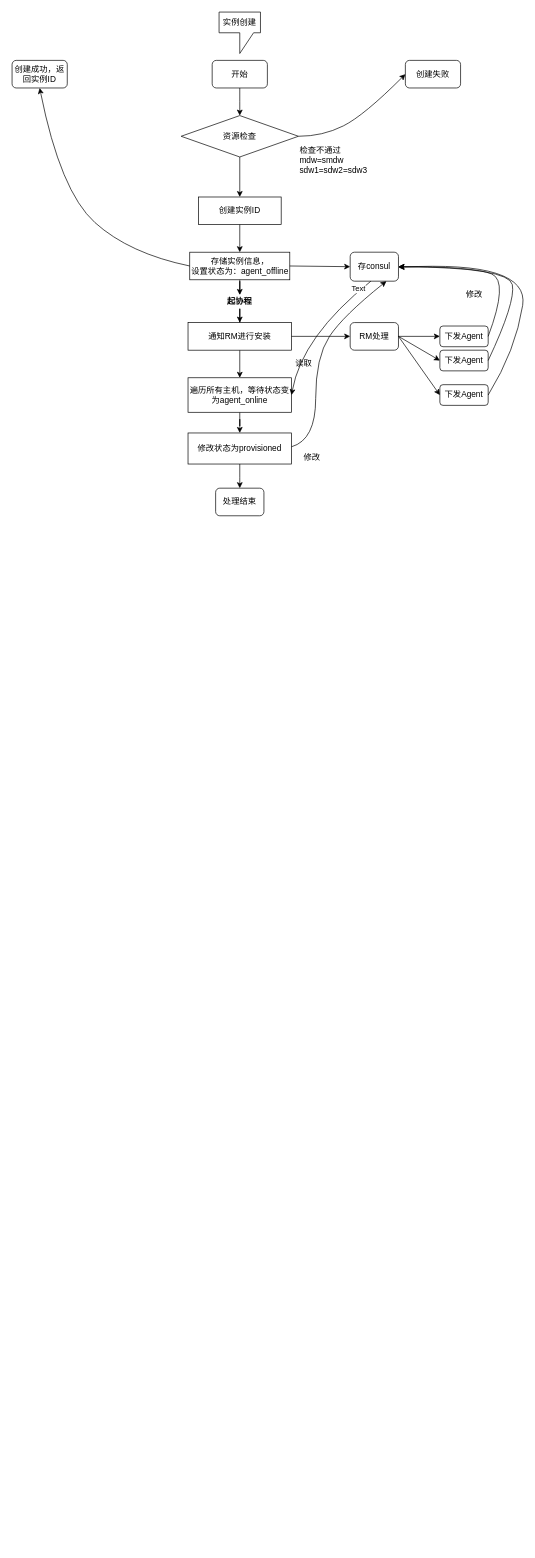
This is page "流程图" (2 of 2) of Untitled Diagram.drawio from renshangtao/draw.io, a draw.io file, before an edit. Source tidied: cells renumbered, new cells numbered last; positions are measured from the earlier drawing's top-left corner, leaving out a move shared by most shapes. Both pictures are drawn from the tidied source at 69%, with x=0, y=0 at pixel (12, 12).
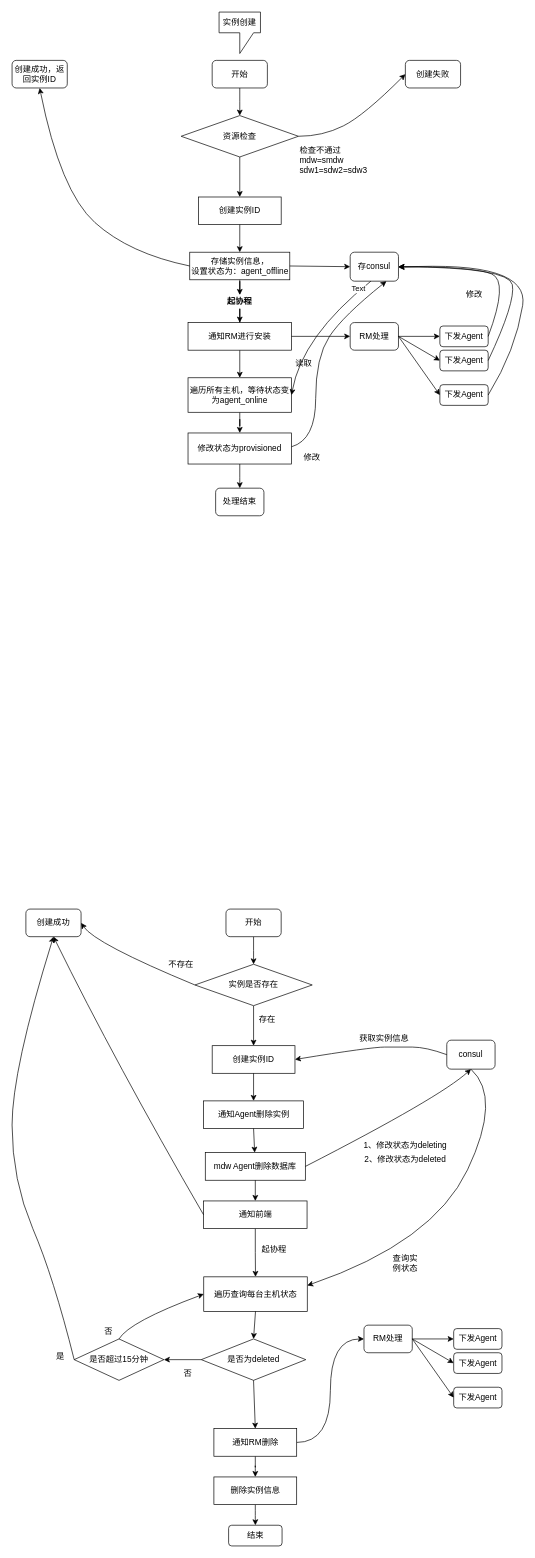
The same page after the edit.

Diff of the diagram source:
```diff
@@
+    <mxCell id="44" style="edgeStyle=orthogonalEdgeStyle;rounded=0;jettySize=auto;html=1;" parent="1" edge="1" source="45">
+      <mxGeometry relative="1" as="geometry">
+        <mxPoint x="350" y="1380" as="targetPoint" />
+      </mxGeometry>
+    </mxCell>
+    <mxCell id="45" value="开始" style="rounded=1;whiteSpace=wrap;html=1;" parent="1" vertex="1">
+      <mxGeometry x="310" y="1300" width="80" height="40" as="geometry" />
+    </mxCell>
+    <mxCell id="46" value="创建成功" style="rounded=1;whiteSpace=wrap;html=1;" parent="1" vertex="1">
+      <mxGeometry x="20" y="1300" width="80" height="40" as="geometry" />
+    </mxCell>
+    <mxCell id="47" value="通知Agent删除实例" style="rounded=0;whiteSpace=wrap;html=1;" parent="1" vertex="1">
+      <mxGeometry x="277.5" y="1578" width="145" height="40" as="geometry" />
+    </mxCell>
+    <mxCell id="48" style="edgeStyle=orthogonalEdgeStyle;rounded=0;jettySize=auto;html=1;" parent="1" edge="1" source="49" target="53">
+      <mxGeometry relative="1" as="geometry" />
+    </mxCell>
+    <mxCell id="49" value="实例是否存在" style="rhombus;whiteSpace=wrap;html=1;" parent="1" vertex="1">
+      <mxGeometry x="265" y="1380" width="170" height="60" as="geometry" />
+    </mxCell>
+    <mxCell id="50" style="edgeStyle=orthogonalEdgeStyle;rounded=0;jettySize=auto;html=1;" parent="1" edge="1" source="51" target="52">
+      <mxGeometry relative="1" as="geometry" />
+    </mxCell>
+    <mxCell id="51" value="通知前端" style="whiteSpace=wrap;html=1;rounded=0;" parent="1" vertex="1">
+      <mxGeometry x="277.5" y="1723" width="150" height="40" as="geometry" />
+    </mxCell>
+    <mxCell id="52" value="遍历查询每台主机状态" style="whiteSpace=wrap;html=1;rounded=0;" parent="1" vertex="1">
+      <mxGeometry x="277.8" y="1833" width="150" height="50" as="geometry" />
+    </mxCell>
+    <mxCell id="53" value="创建实例ID" style="whiteSpace=wrap;html=1;" parent="1" vertex="1">
+      <mxGeometry x="290" y="1498" width="120" height="40" as="geometry" />
+    </mxCell>
+    <mxCell id="54" style="endArrow=classic;html=1;exitX=0.5;exitY=1;exitDx=0;exitDy=0;entryX=0.5;entryY=0;entryDx=0;entryDy=0;" parent="1" edge="1" source="53" target="47">
+      <mxGeometry relative="1" as="geometry" />
+    </mxCell>
+    <mxCell id="55" value="RM处理" style="rounded=1;whiteSpace=wrap;html=1;align=center;" parent="1" vertex="1">
+      <mxGeometry x="510" y="1903" width="70" height="40" as="geometry" />
+    </mxCell>
+    <mxCell id="56" value="consul" style="rounded=1;whiteSpace=wrap;html=1;align=center;" parent="1" vertex="1">
+      <mxGeometry x="630" y="1490" width="70" height="42" as="geometry" />
+    </mxCell>
+    <mxCell id="57" value="下发Agent" style="rounded=1;whiteSpace=wrap;html=1;align=center;" parent="1" vertex="1">
+      <mxGeometry x="640" y="1908" width="70" height="30" as="geometry" />
+    </mxCell>
+    <mxCell id="58" style="endArrow=classic;html=1;entryX=0;entryY=0.5;entryDx=0;entryDy=0;exitX=1;exitY=0.5;exitDx=0;exitDy=0;" parent="1" edge="1" source="55" target="57">
+      <mxGeometry relative="1" as="geometry" />
+    </mxCell>
+    <mxCell id="59" value="下发Agent" style="rounded=1;whiteSpace=wrap;html=1;align=center;" parent="1" vertex="1">
+      <mxGeometry x="640" y="1943" width="70" height="30" as="geometry" />
+    </mxCell>
+    <mxCell id="60" value="下发Agent" style="rounded=1;whiteSpace=wrap;html=1;align=center;" parent="1" vertex="1">
+      <mxGeometry x="640" y="1993" width="70" height="30" as="geometry" />
+    </mxCell>
+    <mxCell id="61" style="endArrow=classic;html=1;entryX=0;entryY=0.5;entryDx=0;entryDy=0;exitX=1;exitY=0.5;exitDx=0;exitDy=0;" parent="1" edge="1" source="55" target="59">
+      <mxGeometry relative="1" as="geometry" />
+    </mxCell>
+    <mxCell id="62" style="endArrow=classic;html=1;entryX=0;entryY=0.5;entryDx=0;entryDy=0;exitX=1;exitY=0.5;exitDx=0;exitDy=0;" parent="1" edge="1" source="55" target="60">
+      <mxGeometry relative="1" as="geometry" />
+    </mxCell>
+    <mxCell id="63" style="curved=1;endArrow=classic;html=1;exitX=0;exitY=0.5;exitDx=0;exitDy=0;entryX=1;entryY=0.5;entryDx=0;entryDy=0;" parent="1" edge="1" source="49" target="46">
+      <mxGeometry relative="1" as="geometry">
+        <Array as="points">
+          <mxPoint x="120" y="1350" />
+        </Array>
+      </mxGeometry>
+    </mxCell>
+    <mxCell id="64" value="不存在" style="text;html=1;strokeColor=none;fillColor=none;align=center;verticalAlign=middle;whiteSpace=wrap;rounded=0;" parent="1" vertex="1">
+      <mxGeometry x="225" y="1370" width="40" height="20" as="geometry" />
+    </mxCell>
+    <mxCell id="65" value="存在" style="text;html=1;strokeColor=none;fillColor=none;align=center;verticalAlign=middle;whiteSpace=wrap;rounded=0;" parent="1" vertex="1">
+      <mxGeometry x="350" y="1450" width="40" height="20" as="geometry" />
+    </mxCell>
+    <mxCell id="66" style="curved=1;endArrow=classic;html=1;exitX=0;exitY=0.5;exitDx=0;exitDy=0;entryX=1;entryY=0.5;entryDx=0;entryDy=0;" parent="1" edge="1" source="56" target="53">
+      <mxGeometry relative="1" as="geometry">
+        <Array as="points">
+          <mxPoint x="600" y="1500" />
+          <mxPoint x="560" y="1500" />
+          <mxPoint x="520" y="1500" />
+        </Array>
+      </mxGeometry>
+    </mxCell>
+    <mxCell id="67" value="获取实例信息" style="text;html=1;strokeColor=none;fillColor=none;align=center;verticalAlign=middle;whiteSpace=wrap;rounded=0;" parent="1" vertex="1">
+      <mxGeometry x="487.5" y="1478" width="102.5" height="20" as="geometry" />
+    </mxCell>
+    <mxCell id="68" value="mdw Agent删除数据库" style="whiteSpace=wrap;html=1;rounded=0;" parent="1" vertex="1">
+      <mxGeometry x="280" y="1653" width="145" height="40" as="geometry" />
+    </mxCell>
+    <mxCell id="69" style="curved=1;endArrow=classic;html=1;exitX=1;exitY=0.5;exitDx=0;exitDy=0;entryX=0.5;entryY=1;entryDx=0;entryDy=0;" parent="1" edge="1" source="68" target="56">
+      <mxGeometry relative="1" as="geometry">
+        <Array as="points">
+          <mxPoint x="620" y="1573" />
+        </Array>
+      </mxGeometry>
+    </mxCell>
+    <mxCell id="70" value="1、修改状态为deleting" style="text;html=1;strokeColor=none;fillColor=none;align=center;verticalAlign=middle;whiteSpace=wrap;rounded=0;" parent="1" vertex="1">
+      <mxGeometry x="500" y="1633" width="140" height="20" as="geometry" />
+    </mxCell>
+    <mxCell id="71" value="2、修改状态为deleted" style="text;html=1;strokeColor=none;fillColor=none;align=center;verticalAlign=middle;whiteSpace=wrap;rounded=0;" parent="1" vertex="1">
+      <mxGeometry x="495" y="1653" width="150" height="20" as="geometry" />
+    </mxCell>
+    <mxCell id="72" style="endArrow=classic;html=1;exitX=0.5;exitY=1;exitDx=0;exitDy=0;" parent="1" edge="1" source="47" target="68">
+      <mxGeometry relative="1" as="geometry" />
+    </mxCell>
+    <mxCell id="73" style="endArrow=classic;html=1;exitX=0.5;exitY=1;exitDx=0;exitDy=0;entryX=0.5;entryY=0;entryDx=0;entryDy=0;" parent="1" edge="1" source="68" target="51">
+      <mxGeometry relative="1" as="geometry" />
+    </mxCell>
+    <mxCell id="74" style="curved=1;endArrow=classic;html=1;exitX=0;exitY=0.5;exitDx=0;exitDy=0;entryX=0.5;entryY=1;entryDx=0;entryDy=0;" parent="1" edge="1" source="51" target="46">
+      <mxGeometry relative="1" as="geometry">
+        <Array as="points">
+          <mxPoint x="150" y="1523" />
+        </Array>
+      </mxGeometry>
+    </mxCell>
+    <mxCell id="75" value="起协程" style="text;html=1;strokeColor=none;fillColor=none;align=center;verticalAlign=middle;whiteSpace=wrap;rounded=0;" parent="1" vertex="1">
+      <mxGeometry x="360" y="1783" width="40" height="20" as="geometry" />
+    </mxCell>
+    <mxCell id="76" style="curved=1;endArrow=classic;html=1;entryX=1;entryY=0.25;entryDx=0;entryDy=0;exitX=0.5;exitY=1;exitDx=0;exitDy=0;" parent="1" edge="1" source="56" target="52">
+      <mxGeometry relative="1" as="geometry">
+        <Array as="points">
+          <mxPoint x="710" y="1573" />
+          <mxPoint x="610" y="1783" />
+        </Array>
+      </mxGeometry>
+    </mxCell>
+    <mxCell id="77" value="查询实例状态" style="text;html=1;strokeColor=none;fillColor=none;align=center;verticalAlign=middle;whiteSpace=wrap;rounded=0;" parent="1" vertex="1">
+      <mxGeometry x="550" y="1803" width="40" height="20" as="geometry" />
+    </mxCell>
+    <mxCell id="78" value="是否为deleted" style="rhombus;whiteSpace=wrap;html=1;align=center;" parent="1" vertex="1">
+      <mxGeometry x="274.2" y="1923" width="151.5" height="60" as="geometry" />
+    </mxCell>
+    <mxCell id="79" value="是否超过15分钟" style="rhombus;whiteSpace=wrap;html=1;align=center;" parent="1" vertex="1">
+      <mxGeometry x="90" y="1923" width="130" height="60" as="geometry" />
+    </mxCell>
+    <mxCell id="80" style="endArrow=classic;html=1;exitX=0.5;exitY=1;exitDx=0;exitDy=0;entryX=0.5;entryY=0;entryDx=0;entryDy=0;" parent="1" edge="1" source="52" target="78">
+      <mxGeometry relative="1" as="geometry" />
+    </mxCell>
+    <mxCell id="81" style="endArrow=classic;html=1;exitX=0;exitY=0.5;exitDx=0;exitDy=0;" parent="1" edge="1" source="78" target="79">
+      <mxGeometry relative="1" as="geometry" />
+    </mxCell>
+    <mxCell id="82" value="否" style="text;html=1;strokeColor=none;fillColor=none;align=center;verticalAlign=middle;whiteSpace=wrap;rounded=0;" parent="1" vertex="1">
+      <mxGeometry x="235" y="1963" width="40" height="20" as="geometry" />
+    </mxCell>
+    <mxCell id="83" style="curved=1;endArrow=classic;html=1;exitX=0;exitY=0.5;exitDx=0;exitDy=0;entryX=0.5;entryY=1;entryDx=0;entryDy=0;" parent="1" edge="1" source="79" target="46">
+      <mxGeometry relative="1" as="geometry">
+        <Array as="points">
+          <mxPoint x="60" y="1833" />
+          <mxPoint y="1693" />
+          <mxPoint y="1533" />
+        </Array>
+      </mxGeometry>
+    </mxCell>
+    <mxCell id="84" value="是" style="text;html=1;strokeColor=none;fillColor=none;align=center;verticalAlign=middle;whiteSpace=wrap;rounded=0;" parent="1" vertex="1">
+      <mxGeometry x="50" y="1938" width="40" height="20" as="geometry" />
+    </mxCell>
+    <mxCell id="85" style="curved=1;endArrow=classic;html=1;exitX=0.5;exitY=0;exitDx=0;exitDy=0;entryX=0;entryY=0.5;entryDx=0;entryDy=0;" parent="1" edge="1" source="79" target="52">
+      <mxGeometry relative="1" as="geometry">
+        <Array as="points">
+          <mxPoint x="170" y="1898" />
+        </Array>
+      </mxGeometry>
+    </mxCell>
+    <mxCell id="86" value="否" style="text;html=1;strokeColor=none;fillColor=none;align=center;verticalAlign=middle;whiteSpace=wrap;rounded=0;" parent="1" vertex="1">
+      <mxGeometry x="120" y="1903" width="40" height="20" as="geometry" />
+    </mxCell>
+    <mxCell id="87" style="edgeStyle=orthogonalEdgeStyle;curved=1;jettySize=auto;html=1;" parent="1" edge="1" source="89" target="92">
+      <mxGeometry relative="1" as="geometry" />
+    </mxCell>
+    <mxCell id="88" style="edgeStyle=orthogonalEdgeStyle;curved=1;jettySize=auto;html=1;entryX=0;entryY=0.5;entryDx=0;entryDy=0;" parent="1" edge="1" source="89" target="55">
+      <mxGeometry relative="1" as="geometry" />
+    </mxCell>
+    <mxCell id="89" value="通知RM删除" style="rounded=0;whiteSpace=wrap;html=1;align=center;" parent="1" vertex="1">
+      <mxGeometry x="292.5" y="2053" width="120" height="40" as="geometry" />
+    </mxCell>
+    <mxCell id="90" style="endArrow=classic;html=1;exitX=0.5;exitY=1;exitDx=0;exitDy=0;entryX=0.5;entryY=0;entryDx=0;entryDy=0;" parent="1" edge="1" source="78" target="89">
+      <mxGeometry relative="1" as="geometry" />
+    </mxCell>
+    <mxCell id="91" style="edgeStyle=orthogonalEdgeStyle;curved=1;jettySize=auto;html=1;" parent="1" edge="1" source="92" target="93">
+      <mxGeometry relative="1" as="geometry" />
+    </mxCell>
+    <mxCell id="92" value="删除实例信息" style="whiteSpace=wrap;html=1;rounded=0;" parent="1" vertex="1">
+      <mxGeometry x="292.5" y="2123" width="120" height="40" as="geometry" />
+    </mxCell>
+    <mxCell id="93" value="结束" style="rounded=1;whiteSpace=wrap;html=1;align=center;" parent="1" vertex="1">
+      <mxGeometry x="313.8" y="2193" width="77.5" height="30" as="geometry" />
+    </mxCell>
```
